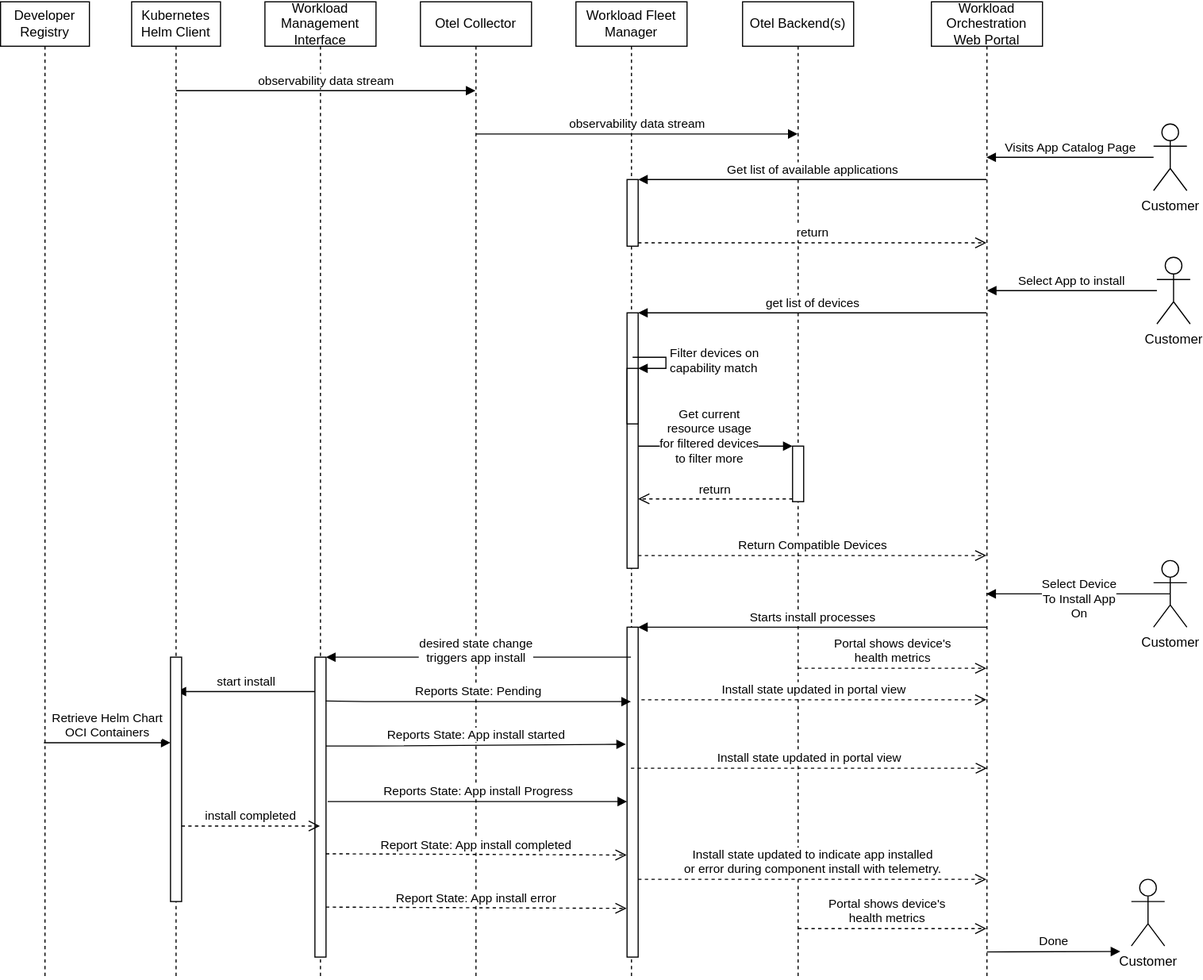
The draw.io diagram system-design/figures/workload-install-sequence.drawio.svg in margo/specification, before a commit. Source tidied: cells renumbered, new cells last; positions are measured from the earlier drawing's top-left corner, leaving out a move shared by most shapes.
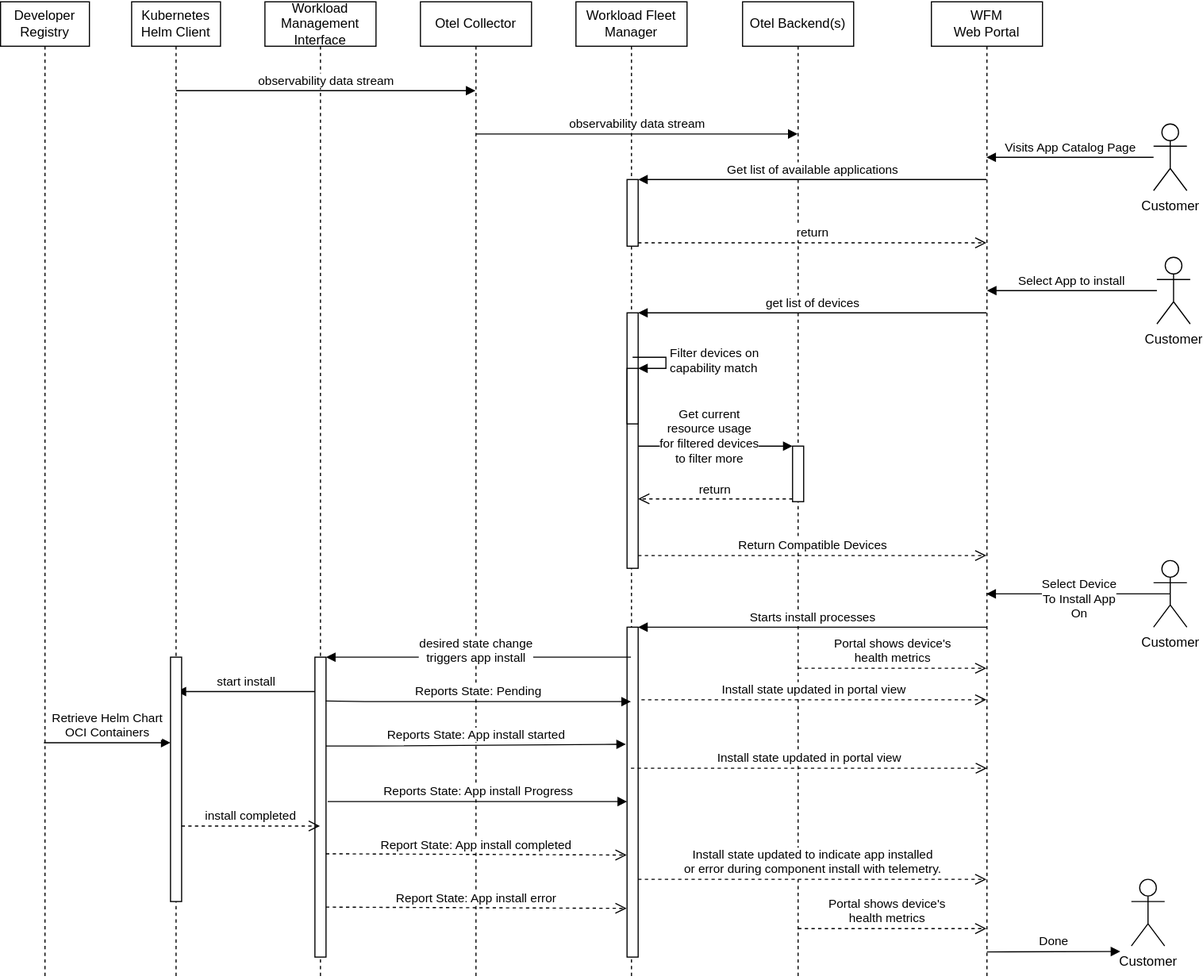
The same file after the commit.

Change to the diagram source:
```diff
@@ -31,7 +31,7 @@
     <mxCell id="9" style="html=1;points=[];perimeter=orthogonalPerimeter;" parent="8" vertex="1">
       <mxGeometry x="45" y="400" width="10" height="50" as="geometry" />
     </mxCell>
-    <mxCell id="10" value="Workload Orchestration Web Portal" style="shape=umlLifeline;perimeter=lifelinePerimeter;whiteSpace=wrap;html=1;outlineConnect=0;" parent="1" vertex="1">
+    <mxCell id="10" value="WFM&lt;div&gt;Web Portal&lt;/div&gt;" style="shape=umlLifeline;perimeter=lifelinePerimeter;whiteSpace=wrap;html=1;outlineConnect=0;" parent="1" vertex="1">
       <mxGeometry x="838" width="100" height="880" as="geometry" />
     </mxCell>
     <mxCell id="11" value="Select App to install" style="html=1;verticalAlign=bottom;endArrow=block;rounded=0;" parent="10" edge="1" source="23">
```
